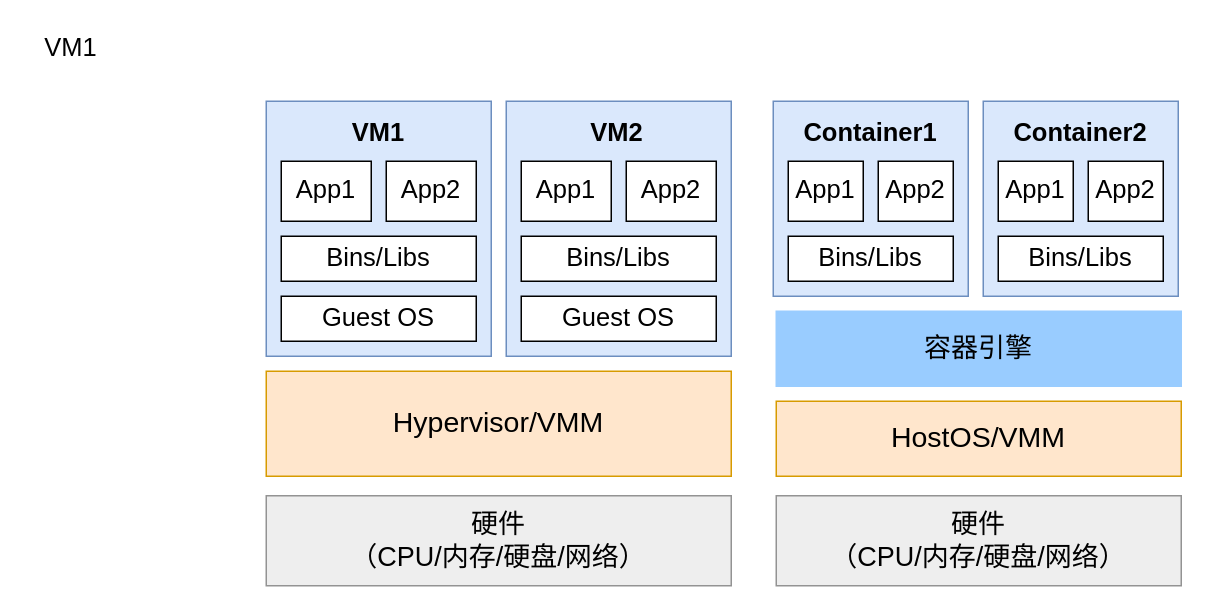
TouyamaRie/My_pictures keeps this draw.io diagram as 虚拟化_容器.drawio. Above is the earlier version. Source tidied: cells renumbered, new cells numbered last; positions are measured from the earlier drawing's top-left corner, leaving out a move shared by most shapes. Both pictures are drawn from the tidied source at 150%, with x=0, y=0 at pixel (26, 26).
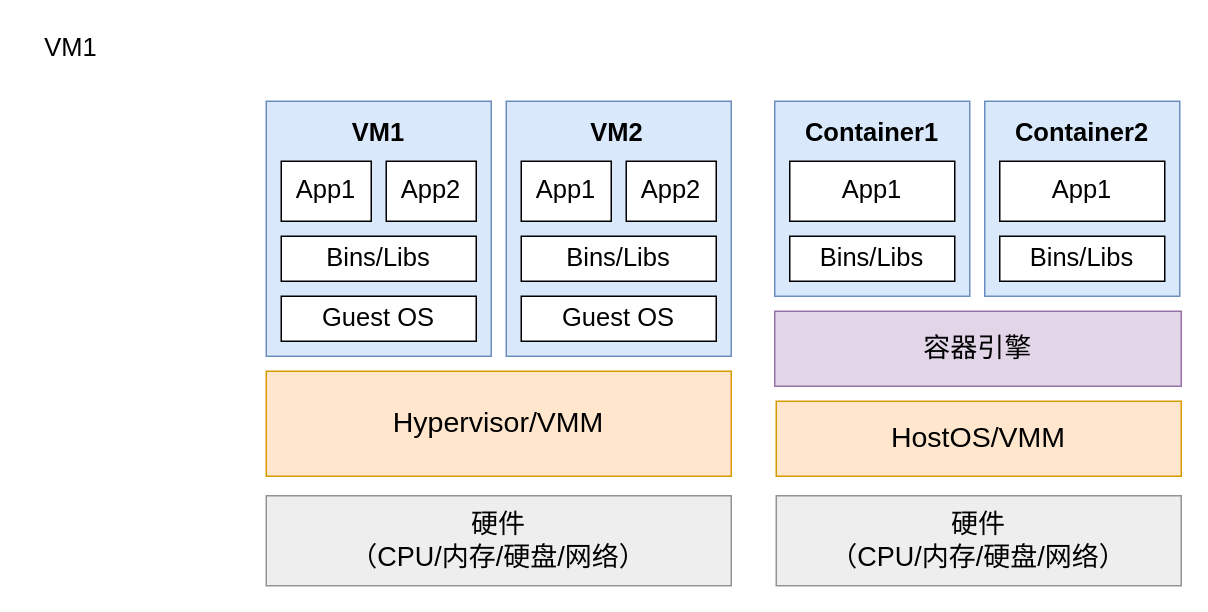
Above is the later version.

Commit message:
更新虚拟化_容器.drawio

The edit, as a diff of the source:
```diff
@@
-    <mxCell id="6" value="&lt;font style=&quot;font-size: 18px;&quot;&gt;容器引擎&lt;/font&gt;" style="rounded=0;whiteSpace=wrap;html=1;fillColor=#99CCFF;strokeColor=#99CCFF;" parent="1" vertex="1">
-      <mxGeometry x="500" y="190" width="270" height="50" as="geometry" />
+    <mxCell id="6" value="&lt;font style=&quot;font-size: 18px;&quot;&gt;容器引擎&lt;/font&gt;" style="rounded=0;whiteSpace=wrap;html=1;fillColor=#e1d5e7;strokeColor=#9673a6;" parent="1" vertex="1">
+      <mxGeometry x="499" y="190" width="271" height="50" as="geometry" />
     </mxCell>
@@
     <mxCell id="20" style="rounded=0;whiteSpace=wrap;html=1;fillColor=#dae8fc;strokeColor=#6c8ebf;" parent="1" vertex="1">
-      <mxGeometry x="498" y="50" width="130" height="130" as="geometry" />
+      <mxGeometry x="499" y="50" width="130" height="130" as="geometry" />
     </mxCell>
     <mxCell id="21" value="&lt;font style=&quot;font-size: 17px;&quot;&gt;Container1&lt;/font&gt;" style="text;html=1;align=center;verticalAlign=middle;whiteSpace=wrap;rounded=0;fontStyle=1;" parent="1" vertex="1">
-      <mxGeometry x="533" y="57" width="60" height="30" as="geometry" />
+      <mxGeometry x="534" y="57" width="60" height="30" as="geometry" />
     </mxCell>
     <mxCell id="22" value="&lt;span style=&quot;font-size: 17px;&quot;&gt;App1&lt;/span&gt;" style="rounded=0;whiteSpace=wrap;html=1;" parent="1" vertex="1">
-      <mxGeometry x="508" y="90" width="50" height="40" as="geometry" />
+      <mxGeometry x="509" y="90" width="110" height="40" as="geometry" />
     </mxCell>
-    <mxCell id="23" value="&lt;span style=&quot;font-size: 17px;&quot;&gt;App2&lt;/span&gt;" style="rounded=0;whiteSpace=wrap;html=1;" parent="1" vertex="1">
-      <mxGeometry x="568" y="90" width="50" height="40" as="geometry" />
-    </mxCell>
     <mxCell id="24" value="&lt;span style=&quot;font-size: 17px;&quot;&gt;Bins/Libs&lt;/span&gt;" style="rounded=0;whiteSpace=wrap;html=1;" parent="1" vertex="1">
-      <mxGeometry x="508" y="140" width="110" height="30" as="geometry" />
+      <mxGeometry x="509" y="140" width="110" height="30" as="geometry" />
     </mxCell>
     <mxCell id="25" style="rounded=0;whiteSpace=wrap;html=1;fillColor=#dae8fc;strokeColor=#6c8ebf;" parent="1" vertex="1">
-      <mxGeometry x="638" y="50" width="130" height="130" as="geometry" />
+      <mxGeometry x="639" y="50" width="130" height="130" as="geometry" />
     </mxCell>
     <mxCell id="26" value="&lt;font style=&quot;font-size: 17px;&quot;&gt;Container2&lt;/font&gt;" style="text;html=1;align=center;verticalAlign=middle;whiteSpace=wrap;rounded=0;fontStyle=1;" parent="1" vertex="1">
-      <mxGeometry x="673" y="57" width="60" height="30" as="geometry" />
+      <mxGeometry x="674" y="57" width="60" height="30" as="geometry" />
     </mxCell>
     <mxCell id="27" value="&lt;span style=&quot;font-size: 17px;&quot;&gt;App1&lt;/span&gt;" style="rounded=0;whiteSpace=wrap;html=1;" parent="1" vertex="1">
-      <mxGeometry x="648" y="90" width="50" height="40" as="geometry" />
+      <mxGeometry x="649" y="90" width="110" height="40" as="geometry" />
     </mxCell>
-    <mxCell id="28" value="&lt;span style=&quot;font-size: 17px;&quot;&gt;App2&lt;/span&gt;" style="rounded=0;whiteSpace=wrap;html=1;" parent="1" vertex="1">
-      <mxGeometry x="708" y="90" width="50" height="40" as="geometry" />
-    </mxCell>
     <mxCell id="29" value="&lt;span style=&quot;font-size: 17px;&quot;&gt;Bins/Libs&lt;/span&gt;" style="rounded=0;whiteSpace=wrap;html=1;" parent="1" vertex="1">
-      <mxGeometry x="648" y="140" width="110" height="30" as="geometry" />
+      <mxGeometry x="649" y="140" width="110" height="30" as="geometry" />
     </mxCell>
```
